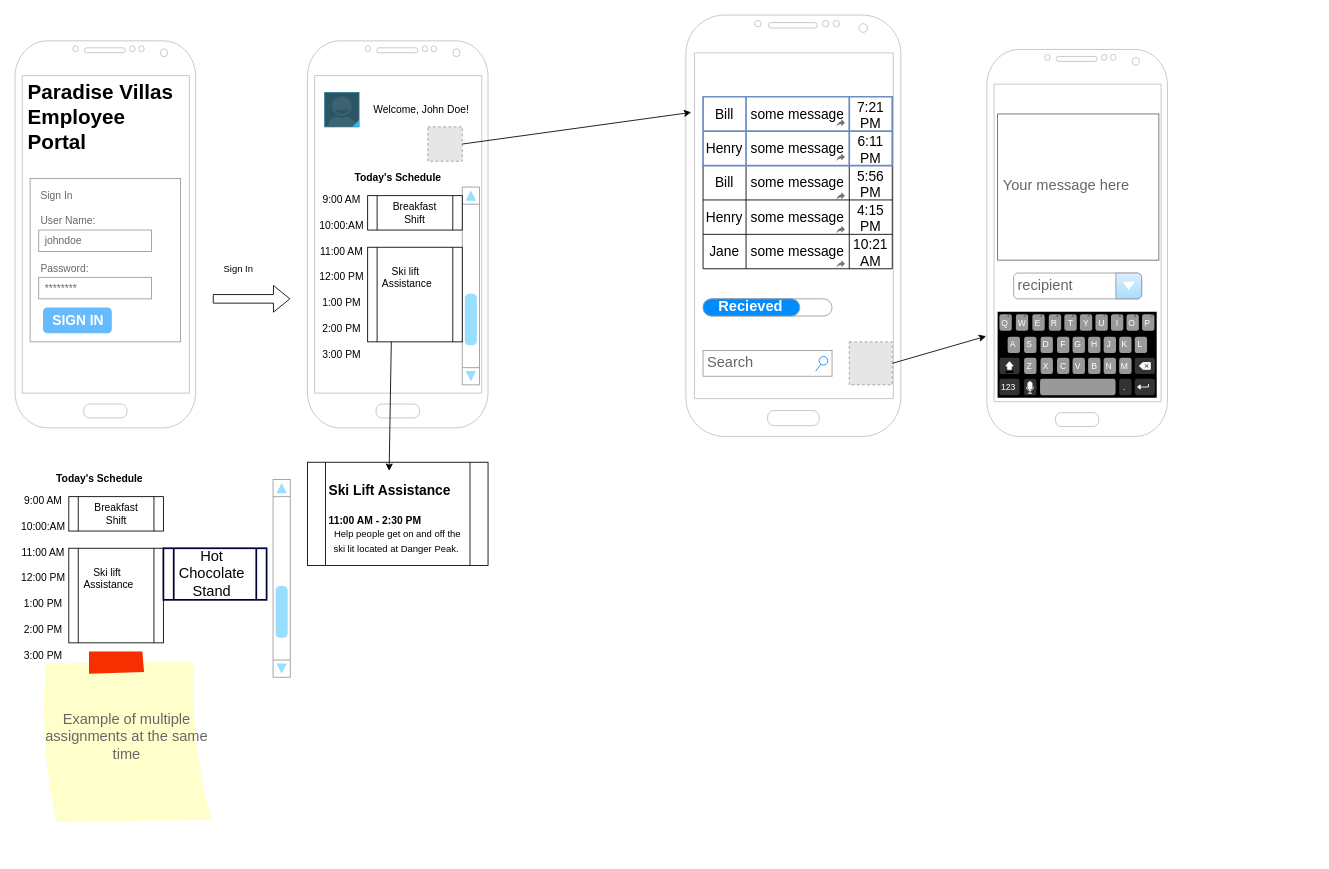
The draw.io diagram page "Employee-App (Employee)" (2 of 3) of ParadiseVillas.drawio in adamranieri/paradise-villas, before the edit. Source tidied: cells renumbered, new cells numbered last; positions are measured from the earlier drawing's top-left corner, leaving out a move shared by most shapes. Both pictures are drawn from the tidied source at 86%, with x=0, y=0 at pixel (15, 15). Pictures stored in the file or linked from it are replaced by grey dashed boxes.
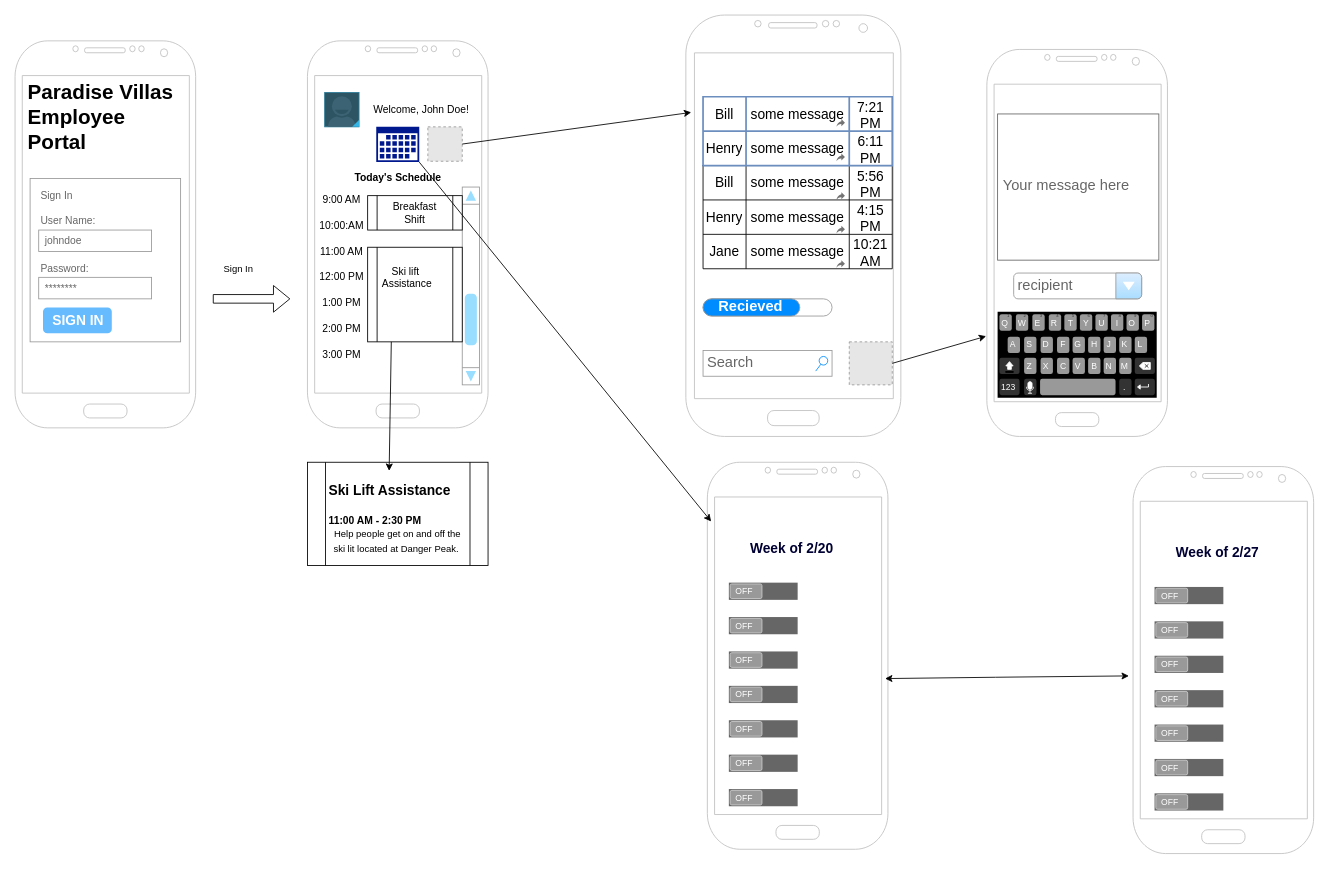
After the change.

The edit, as a diff of the source:
```diff
@@
-    <mxCell id="71" value="Today's Schedule" style="text;strokeColor=none;fillColor=none;html=1;fontSize=12;fontStyle=1;verticalAlign=middle;align=center;" parent="1" vertex="1">
-      <mxGeometry x="47.5" y="520" width="100" height="40" as="geometry" />
-    </mxCell>
-    <mxCell id="72" style="verticalLabelPosition=bottom;shadow=0;dashed=0;align=center;html=1;verticalAlign=top;strokeWidth=1;shape=mxgraph.mockup.navigation.scrollBar;strokeColor=#999999;barPos=20;fillColor2=#99ddff;strokeColor2=none;direction=north;fontSize=12;" parent="1" vertex="1">
-      <mxGeometry x="300" y="540" width="20" height="230" as="geometry" />
-    </mxCell>
-    <mxCell id="73" value="9:00 AM" style="text;html=1;strokeColor=none;fillColor=none;align=center;verticalAlign=middle;whiteSpace=wrap;rounded=0;fontSize=12;" parent="1" vertex="1">
-      <mxGeometry x="2.5" y="550" width="60" height="30" as="geometry" />
-    </mxCell>
-    <mxCell id="74" value="10:00:AM" style="text;html=1;strokeColor=none;fillColor=none;align=center;verticalAlign=middle;whiteSpace=wrap;rounded=0;fontSize=12;" parent="1" vertex="1">
-      <mxGeometry x="2.5" y="580" width="60" height="30" as="geometry" />
-    </mxCell>
-    <mxCell id="75" value="11:00 AM" style="text;html=1;strokeColor=none;fillColor=none;align=center;verticalAlign=middle;whiteSpace=wrap;rounded=0;fontSize=12;" parent="1" vertex="1">
-      <mxGeometry x="2.5" y="610" width="60" height="30" as="geometry" />
-    </mxCell>
-    <mxCell id="76" value="12:00 PM" style="text;html=1;strokeColor=none;fillColor=none;align=center;verticalAlign=middle;whiteSpace=wrap;rounded=0;fontSize=12;" parent="1" vertex="1">
-      <mxGeometry x="2.5" y="640" width="60" height="30" as="geometry" />
-    </mxCell>
-    <mxCell id="77" value="1:00 PM" style="text;html=1;strokeColor=none;fillColor=none;align=center;verticalAlign=middle;whiteSpace=wrap;rounded=0;fontSize=12;" parent="1" vertex="1">
-      <mxGeometry x="2.5" y="670" width="60" height="30" as="geometry" />
-    </mxCell>
-    <mxCell id="78" value="2:00 PM" style="text;html=1;strokeColor=none;fillColor=none;align=center;verticalAlign=middle;whiteSpace=wrap;rounded=0;fontSize=12;" parent="1" vertex="1">
-      <mxGeometry x="2.5" y="700" width="60" height="30" as="geometry" />
-    </mxCell>
-    <mxCell id="79" value="3:00 PM" style="text;html=1;strokeColor=none;fillColor=none;align=center;verticalAlign=middle;whiteSpace=wrap;rounded=0;fontSize=12;" parent="1" vertex="1">
-      <mxGeometry x="2.5" y="730" width="60" height="30" as="geometry" />
-    </mxCell>
-    <mxCell id="80" style="shape=process;whiteSpace=wrap;html=1;backgroundOutline=1;fontSize=12;" parent="1" vertex="1">
-      <mxGeometry x="62.5" y="560" width="110" height="40" as="geometry" />
-    </mxCell>
-    <mxCell id="81" value="Breakfast Shift" style="text;html=1;strokeColor=none;fillColor=none;align=center;verticalAlign=middle;whiteSpace=wrap;rounded=0;fontSize=12;" parent="1" vertex="1">
-      <mxGeometry x="87.5" y="565" width="60" height="30" as="geometry" />
-    </mxCell>
-    <mxCell id="82" style="shape=process;whiteSpace=wrap;html=1;backgroundOutline=1;fontSize=12;" parent="1" vertex="1">
-      <mxGeometry x="62.5" y="620" width="110" height="110" as="geometry" />
-    </mxCell>
-    <mxCell id="83" value="&lt;div style=&quot;text-align: center;&quot;&gt;&lt;span style=&quot;background-color: initial;&quot;&gt;Ski lift&amp;nbsp;&lt;br&gt;Assistance&lt;/span&gt;&lt;/div&gt;" style="text;whiteSpace=wrap;html=1;fontSize=12;" parent="1" vertex="1">
-      <mxGeometry x="77.5" y="635" width="80" height="40" as="geometry" />
-    </mxCell>
-    <mxCell id="84" style="shape=process;whiteSpace=wrap;html=1;backgroundOutline=1;comic=0;strokeColor=#000033;strokeWidth=2;fontSize=17;fontColor=#FFFF66;fillColor=none;gradientColor=none;" parent="1" vertex="1">
-      <mxGeometry x="172.5" y="620" width="120" height="60" as="geometry" />
-    </mxCell>
-    <mxCell id="85" value="Hot Chocolate Stand" style="text;html=1;strokeColor=none;fillColor=none;align=center;verticalAlign=middle;whiteSpace=wrap;rounded=0;fontSize=17;fontColor=none;" parent="1" vertex="1">
-      <mxGeometry x="200" y="640" width="57.5" height="20" as="geometry" />
-    </mxCell>
-    <mxCell id="86" value="Example of multiple assignments at the same time" style="strokeWidth=1;shadow=0;dashed=0;align=center;html=1;shape=mxgraph.mockup.text.stickyNote2;fontColor=#666666;mainText=;fontSize=17;whiteSpace=wrap;fillColor=#ffffcc;strokeColor=#F62E00;comic=0;" parent="1" vertex="1">
-      <mxGeometry x="30" y="740" width="200" height="200" as="geometry" />
-    </mxCell>
+    <mxCell id="87" style="sketch=0;shadow=0;dashed=0;html=1;strokeColor=none;labelPosition=center;verticalLabelPosition=bottom;verticalAlign=top;align=center;fillColor=#00188D;shape=mxgraph.mscae.enterprise.calendar;comic=0;strokeWidth=2;fontSize=17;fontColor=#00CC00;" parent="1" vertex="1">
+      <mxGeometry x="420" y="130" width="50" height="41" as="geometry" />
+    </mxCell>
+    <mxCell id="88" style="verticalLabelPosition=bottom;verticalAlign=top;html=1;shadow=0;dashed=0;strokeWidth=1;shape=mxgraph.android.phone2;strokeColor=#c0c0c0;fontSize=12;" parent="1" vertex="1">
+      <mxGeometry x="805" y="520" width="210" height="450" as="geometry" />
+    </mxCell>
+    <mxCell id="89" style="verticalLabelPosition=bottom;verticalAlign=top;html=1;shadow=0;dashed=0;strokeWidth=1;shape=mxgraph.android.switch_off;fillColor=#666666;sketch=0;comic=0;strokeColor=#000033;fontSize=17;fontColor=#00CC00;" parent="1" vertex="1">
+      <mxGeometry x="830" y="660" width="80" height="20" as="geometry" />
+    </mxCell>
+    <mxCell id="90" style="verticalLabelPosition=bottom;verticalAlign=top;html=1;shadow=0;dashed=0;strokeWidth=1;shape=mxgraph.android.switch_off;fillColor=#666666;sketch=0;comic=0;strokeColor=#000033;fontSize=17;fontColor=#00CC00;" parent="1" vertex="1">
+      <mxGeometry x="830" y="700" width="80" height="20" as="geometry" />
+    </mxCell>
+    <mxCell id="91" style="verticalLabelPosition=bottom;verticalAlign=top;html=1;shadow=0;dashed=0;strokeWidth=1;shape=mxgraph.android.switch_off;fillColor=#666666;sketch=0;comic=0;strokeColor=#000033;fontSize=17;fontColor=#00CC00;" parent="1" vertex="1">
+      <mxGeometry x="830" y="740" width="80" height="20" as="geometry" />
+    </mxCell>
+    <mxCell id="92" style="verticalLabelPosition=bottom;verticalAlign=top;html=1;shadow=0;dashed=0;strokeWidth=1;shape=mxgraph.android.switch_off;fillColor=#666666;sketch=0;comic=0;strokeColor=#000033;fontSize=17;fontColor=#00CC00;" parent="1" vertex="1">
+      <mxGeometry x="830" y="780" width="80" height="20" as="geometry" />
+    </mxCell>
+    <mxCell id="93" style="verticalLabelPosition=bottom;verticalAlign=top;html=1;shadow=0;dashed=0;strokeWidth=1;shape=mxgraph.android.switch_off;fillColor=#666666;sketch=0;comic=0;strokeColor=#000033;fontSize=17;fontColor=#00CC00;" parent="1" vertex="1">
+      <mxGeometry x="830" y="820" width="80" height="20" as="geometry" />
+    </mxCell>
+    <mxCell id="94" style="verticalLabelPosition=bottom;verticalAlign=top;html=1;shadow=0;dashed=0;strokeWidth=1;shape=mxgraph.android.switch_off;fillColor=#666666;sketch=0;comic=0;strokeColor=#000033;fontSize=17;fontColor=#00CC00;" parent="1" vertex="1">
+      <mxGeometry x="830" y="860" width="80" height="20" as="geometry" />
+    </mxCell>
+    <mxCell id="95" style="verticalLabelPosition=bottom;verticalAlign=top;html=1;shadow=0;dashed=0;strokeWidth=1;shape=mxgraph.android.switch_off;fillColor=#666666;sketch=0;comic=0;strokeColor=#000033;fontSize=17;fontColor=#00CC00;" parent="1" vertex="1">
+      <mxGeometry x="830" y="900" width="80" height="20" as="geometry" />
+    </mxCell>
+    <mxCell id="96" value="&lt;h1 style=&quot;font-size: 16px;&quot;&gt;&lt;font style=&quot;font-size: 16px;&quot; color=&quot;#000033&quot;&gt;Week of 2/20&lt;/font&gt;&lt;/h1&gt;" style="text;html=1;strokeColor=none;fillColor=none;spacing=5;spacingTop=-20;whiteSpace=wrap;overflow=hidden;rounded=0;fontSize=17;fontColor=#00CC00;" parent="1" vertex="1">
+      <mxGeometry x="850" y="610" width="120" height="20" as="geometry" />
+    </mxCell>
+    <mxCell id="97" style="endArrow=classic;html=1;rounded=0;fontSize=16;fontColor=#000033;exitX=1;exitY=1;exitDx=0;exitDy=0;exitPerimeter=0;entryX=0.021;entryY=0.153;entryDx=0;entryDy=0;entryPerimeter=0;" parent="1" edge="1" source="87" target="88">
+      <mxGeometry relative="1" as="geometry" />
+    </mxCell>
+    <mxCell id="98" style="verticalLabelPosition=bottom;verticalAlign=top;html=1;shadow=0;dashed=0;strokeWidth=1;shape=mxgraph.android.phone2;strokeColor=#c0c0c0;fontSize=12;" parent="1" vertex="1">
+      <mxGeometry x="1300" y="525" width="210" height="450" as="geometry" />
+    </mxCell>
+    <mxCell id="99" style="verticalLabelPosition=bottom;verticalAlign=top;html=1;shadow=0;dashed=0;strokeWidth=1;shape=mxgraph.android.switch_off;fillColor=#666666;sketch=0;comic=0;strokeColor=#000033;fontSize=17;fontColor=#00CC00;" parent="1" vertex="1">
+      <mxGeometry x="1325" y="665" width="80" height="20" as="geometry" />
+    </mxCell>
+    <mxCell id="100" style="verticalLabelPosition=bottom;verticalAlign=top;html=1;shadow=0;dashed=0;strokeWidth=1;shape=mxgraph.android.switch_off;fillColor=#666666;sketch=0;comic=0;strokeColor=#000033;fontSize=17;fontColor=#00CC00;" parent="1" vertex="1">
+      <mxGeometry x="1325" y="705" width="80" height="20" as="geometry" />
+    </mxCell>
+    <mxCell id="101" style="verticalLabelPosition=bottom;verticalAlign=top;html=1;shadow=0;dashed=0;strokeWidth=1;shape=mxgraph.android.switch_off;fillColor=#666666;sketch=0;comic=0;strokeColor=#000033;fontSize=17;fontColor=#00CC00;" parent="1" vertex="1">
+      <mxGeometry x="1325" y="745" width="80" height="20" as="geometry" />
+    </mxCell>
+    <mxCell id="102" style="verticalLabelPosition=bottom;verticalAlign=top;html=1;shadow=0;dashed=0;strokeWidth=1;shape=mxgraph.android.switch_off;fillColor=#666666;sketch=0;comic=0;strokeColor=#000033;fontSize=17;fontColor=#00CC00;" parent="1" vertex="1">
+      <mxGeometry x="1325" y="785" width="80" height="20" as="geometry" />
+    </mxCell>
+    <mxCell id="103" style="verticalLabelPosition=bottom;verticalAlign=top;html=1;shadow=0;dashed=0;strokeWidth=1;shape=mxgraph.android.switch_off;fillColor=#666666;sketch=0;comic=0;strokeColor=#000033;fontSize=17;fontColor=#00CC00;" parent="1" vertex="1">
+      <mxGeometry x="1325" y="825" width="80" height="20" as="geometry" />
+    </mxCell>
+    <mxCell id="104" style="verticalLabelPosition=bottom;verticalAlign=top;html=1;shadow=0;dashed=0;strokeWidth=1;shape=mxgraph.android.switch_off;fillColor=#666666;sketch=0;comic=0;strokeColor=#000033;fontSize=17;fontColor=#00CC00;" parent="1" vertex="1">
+      <mxGeometry x="1325" y="865" width="80" height="20" as="geometry" />
+    </mxCell>
+    <mxCell id="105" style="verticalLabelPosition=bottom;verticalAlign=top;html=1;shadow=0;dashed=0;strokeWidth=1;shape=mxgraph.android.switch_off;fillColor=#666666;sketch=0;comic=0;strokeColor=#000033;fontSize=17;fontColor=#00CC00;" parent="1" vertex="1">
+      <mxGeometry x="1325" y="905" width="80" height="20" as="geometry" />
+    </mxCell>
+    <mxCell id="106" value="&lt;h1 style=&quot;font-size: 16px;&quot;&gt;&lt;font style=&quot;font-size: 16px;&quot; color=&quot;#000033&quot;&gt;Week of 2/27&lt;/font&gt;&lt;/h1&gt;" style="text;html=1;strokeColor=none;fillColor=none;spacing=5;spacingTop=-20;whiteSpace=wrap;overflow=hidden;rounded=0;fontSize=17;fontColor=#00CC00;" parent="1" vertex="1">
+      <mxGeometry x="1345" y="615" width="120" height="20" as="geometry" />
+    </mxCell>
+    <mxCell id="107" style="endArrow=classic;startArrow=classic;html=1;rounded=0;fontSize=15;fontColor=#000033;entryX=-0.023;entryY=0.541;entryDx=0;entryDy=0;entryPerimeter=0;exitX=0.984;exitY=0.559;exitDx=0;exitDy=0;exitPerimeter=0;" parent="1" edge="1" source="88" target="98">
+      <mxGeometry relative="1" as="geometry">
+        <Array as="points">
+          <mxPoint x="1140" y="770" />
+        </Array>
+      </mxGeometry>
+    </mxCell>
```
